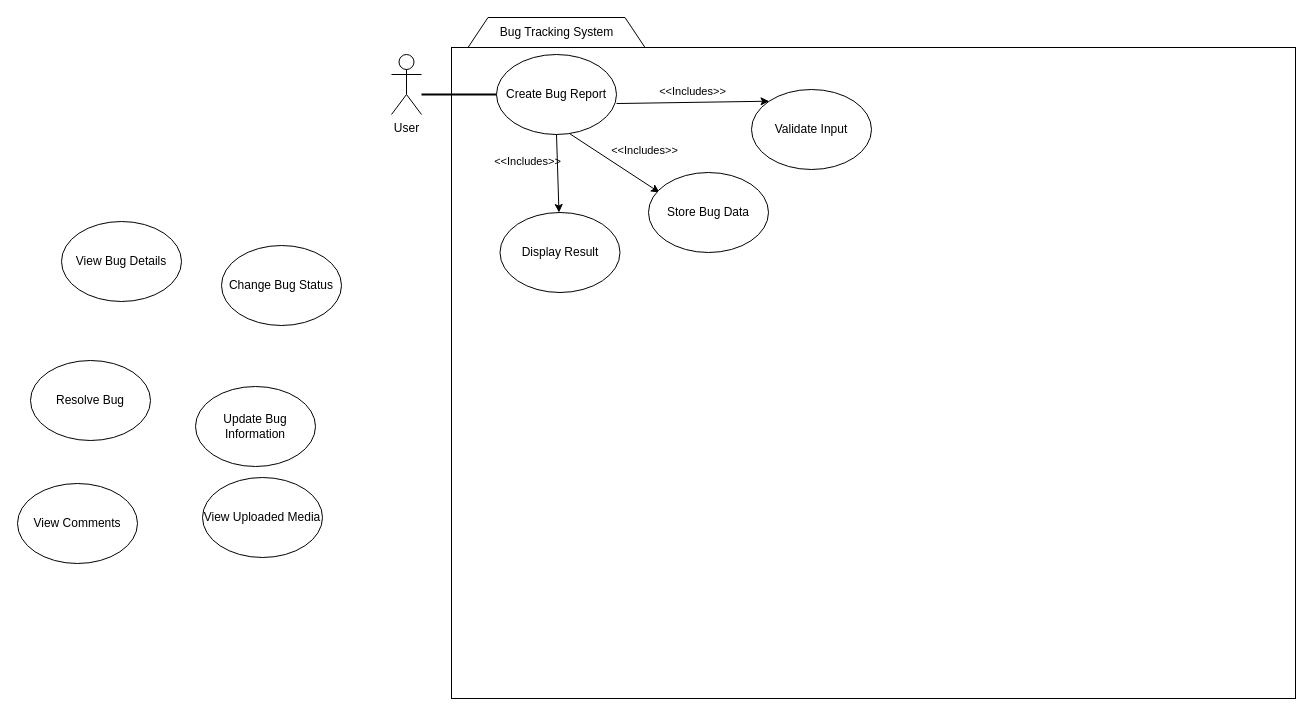
Before: UML-Diagrams/Use-Case-Diagram.drawio in ConradCJM/bugterra, a draw.io diagram. Source tidied: cells renumbered, new cells numbered last; positions are measured from the earlier drawing's top-left corner, leaving out a move shared by most shapes. Both pictures are drawn from the tidied source at 100%, with x=0, y=0 at pixel (17, 17).
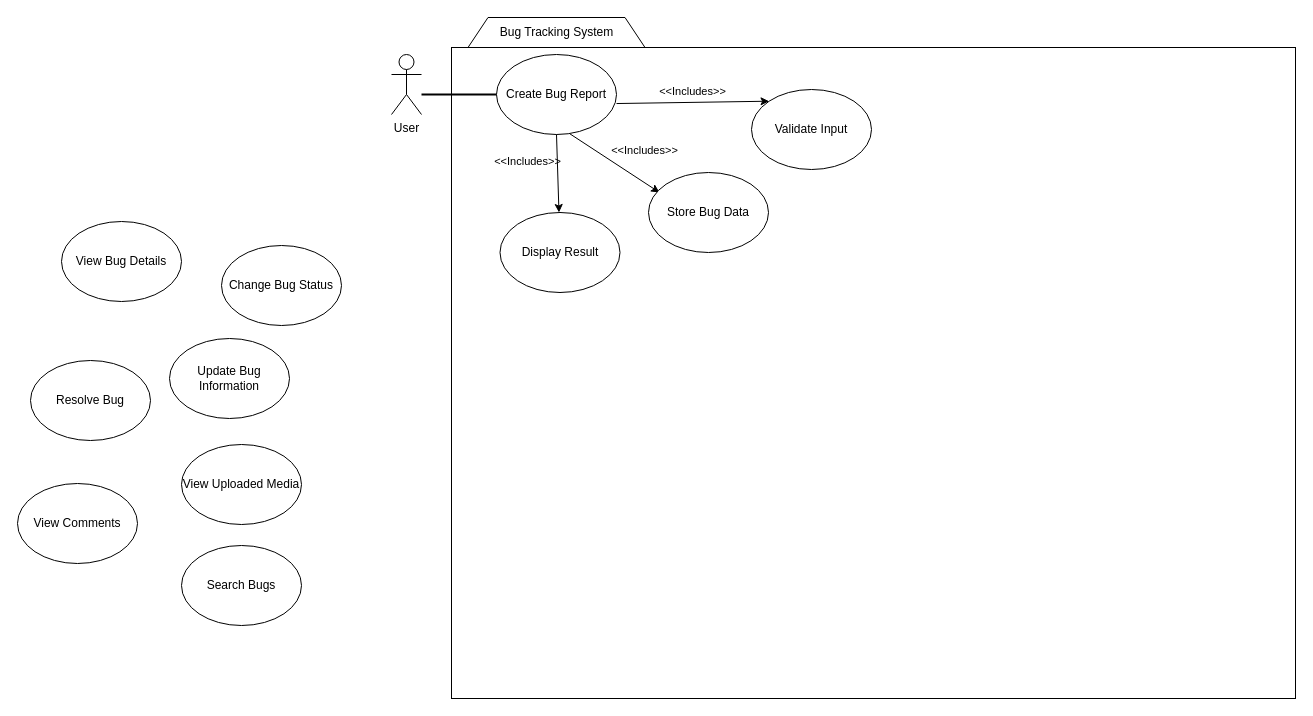
The same diagram, later.

What changed in the source:
```diff
@@
     <mxCell id="19" value="Update Bug Information" style="ellipse;whiteSpace=wrap;html=1;" parent="1" vertex="1">
-      <mxGeometry x="178" y="369" width="120" height="80" as="geometry" />
+      <mxGeometry x="152" y="321" width="120" height="80" as="geometry" />
     </mxCell>
@@
     <mxCell id="21" value="View Uploaded Media" style="ellipse;whiteSpace=wrap;html=1;" parent="1" vertex="1">
-      <mxGeometry x="185" y="460" width="120" height="80" as="geometry" />
+      <mxGeometry x="164" y="427" width="120" height="80" as="geometry" />
     </mxCell>
+    <mxCell id="22" value="Search Bugs" style="ellipse;whiteSpace=wrap;html=1;" parent="1" vertex="1">
+      <mxGeometry x="164" y="528" width="120" height="80" as="geometry" />
+    </mxCell>
```
